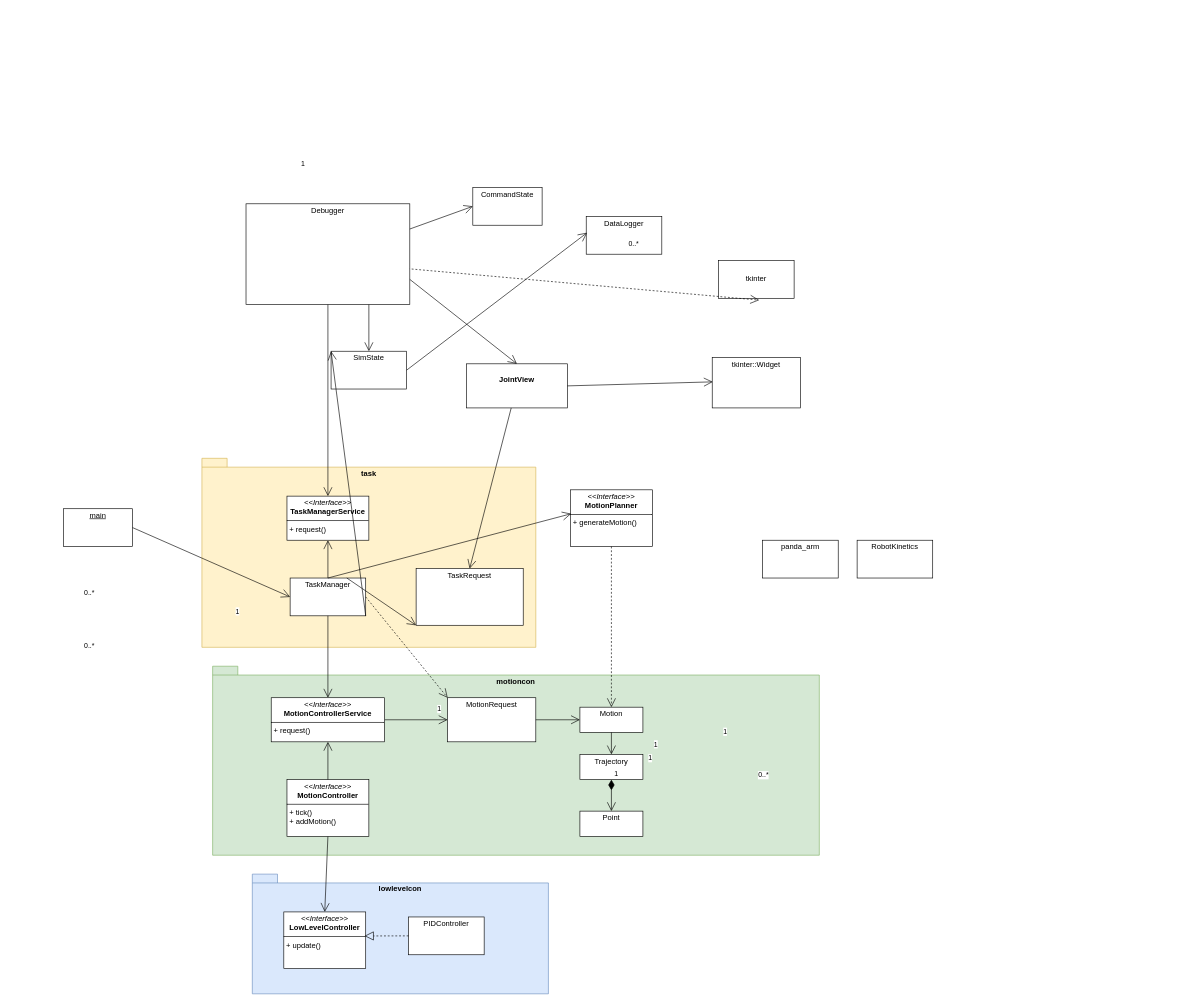
Before: exp-py/panda-arm/rough_design.drawio in ksdngz/robo-sim, a draw.io diagram. Source tidied: cells renumbered, new cells numbered last; positions are measured from the earlier drawing's top-left corner, leaving out a move shared by most shapes. Both pictures are drawn from the tidied source at 63%, with x=0, y=0 at pixel (63, 156).
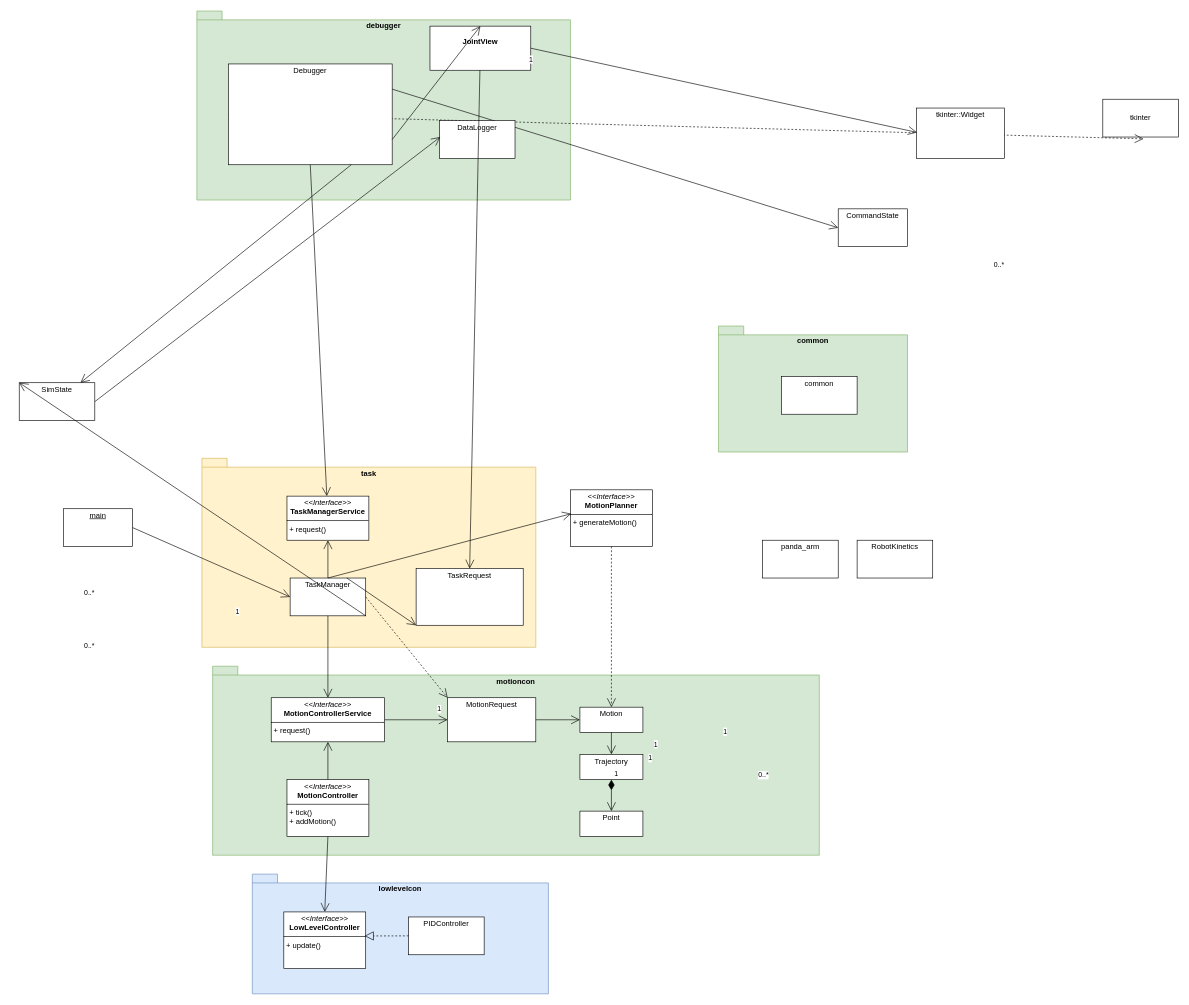
After the change.

The edit, as a diff of the source:
```diff
@@
+    <mxCell id="60" value="debugger" style="shape=folder;fontStyle=1;spacingTop=10;tabWidth=40;tabHeight=14;tabPosition=left;html=1;whiteSpace=wrap;verticalAlign=top;fillColor=#d5e8d4;strokeColor=#82b366;" parent="1" vertex="1">
+      <mxGeometry x="212" y="-230" width="593" height="300" as="geometry" />
+    </mxCell>
@@
     <mxCell id="5" value="&lt;p style=&quot;margin:0px;margin-top:4px;text-align:center;&quot;&gt;&lt;br&gt;&lt;/p&gt;&lt;p style=&quot;margin:0px;margin-top:4px;text-align:center;&quot;&gt;tkinter&lt;/p&gt;&lt;p style=&quot;margin:0px;margin-top:4px;text-align:center;&quot;&gt;&lt;br&gt;&lt;/p&gt;" style="verticalAlign=top;align=left;overflow=fill;html=1;whiteSpace=wrap;" parent="1" vertex="1">
-      <mxGeometry x="1040" y="166" width="120" height="60" as="geometry" />
+      <mxGeometry x="1650" y="-90" width="120" height="60" as="geometry" />
     </mxCell>
@@
     <mxCell id="7" value="&lt;p style=&quot;margin:0px;margin-top:4px;text-align:center;&quot;&gt;SimState&lt;/p&gt;" style="verticalAlign=top;align=left;overflow=fill;html=1;whiteSpace=wrap;" parent="1" vertex="1">
-      <mxGeometry x="425" y="310" width="120" height="60" as="geometry" />
+      <mxGeometry x="-70" y="360" width="120" height="60" as="geometry" />
     </mxCell>
@@
     <mxCell id="10" value="&lt;p style=&quot;margin:0px;margin-top:4px;text-align:center;&quot;&gt;&lt;br&gt;&lt;b&gt;JointView&lt;/b&gt;&lt;/p&gt;" style="verticalAlign=top;align=left;overflow=fill;html=1;whiteSpace=wrap;" parent="1" vertex="1">
-      <mxGeometry x="640" y="330" width="160" height="70" as="geometry" />
+      <mxGeometry x="582" y="-206" width="160" height="70" as="geometry" />
     </mxCell>
     <mxCell id="11" value="&lt;p style=&quot;margin:0px;margin-top:4px;text-align:center;&quot;&gt;tkinter::Widget&lt;/p&gt;" style="verticalAlign=top;align=left;overflow=fill;html=1;whiteSpace=wrap;" parent="1" vertex="1">
-      <mxGeometry x="1030" y="320" width="140" height="80" as="geometry" />
+      <mxGeometry x="1354" y="-76" width="140" height="80" as="geometry" />
     </mxCell>
     <mxCell id="12" value="&lt;p style=&quot;margin:0px;margin-top:4px;text-align:center;&quot;&gt;Debugger&lt;/p&gt;" style="verticalAlign=top;align=left;overflow=fill;html=1;whiteSpace=wrap;" parent="1" vertex="1">
-      <mxGeometry x="290" y="76" width="260" height="160" as="geometry" />
+      <mxGeometry x="262" y="-146" width="260" height="160" as="geometry" />
     </mxCell>
@@
     <mxCell id="19" value="&lt;p style=&quot;margin:0px;margin-top:4px;text-align:center;&quot;&gt;CommandState&lt;/p&gt;" style="verticalAlign=top;align=left;overflow=fill;html=1;whiteSpace=wrap;" parent="1" vertex="1">
-      <mxGeometry x="650" y="50" width="110" height="60" as="geometry" />
+      <mxGeometry x="1230" y="84" width="110" height="60" as="geometry" />
     </mxCell>
@@
     <mxCell id="22" value="&lt;p style=&quot;margin:0px;margin-top:4px;text-align:center;&quot;&gt;DataLogger&lt;/p&gt;" style="verticalAlign=top;align=left;overflow=fill;html=1;whiteSpace=wrap;" parent="1" vertex="1">
-      <mxGeometry x="830" y="96" width="120" height="60" as="geometry" />
+      <mxGeometry x="597" y="-56" width="120" height="60" as="geometry" />
     </mxCell>
@@
     <mxCell id="27" value="1" style="edgeLabel;html=1;align=right;verticalAlign=top;" parent="1" vertex="1">
-      <mxGeometry x="384" as="geometry" />
+      <mxGeometry x="746" y="-166" as="geometry" />
     </mxCell>
@@
     <mxCell id="38" value="0..*" style="edgeLabel;html=1;align=right;verticalAlign=top;" parent="1" vertex="1">
-      <mxGeometry x="914" y="126" as="geometry" />
+      <mxGeometry x="1494" y="160" as="geometry" />
     </mxCell>
@@
+    <mxCell id="61" value="common" style="shape=folder;fontStyle=1;spacingTop=10;tabWidth=40;tabHeight=14;tabPosition=left;html=1;whiteSpace=wrap;verticalAlign=top;fillColor=#d5e8d4;strokeColor=#82b366;" parent="1" vertex="1">
+      <mxGeometry x="1040" y="270" width="300" height="200" as="geometry" />
+    </mxCell>
+    <mxCell id="62" value="&lt;p style=&quot;margin:0px;margin-top:4px;text-align:center;&quot;&gt;common&lt;/p&gt;" style="verticalAlign=top;align=left;overflow=fill;html=1;whiteSpace=wrap;" parent="1" vertex="1">
+      <mxGeometry x="1140" y="350" width="120" height="60" as="geometry" />
+    </mxCell>
```
